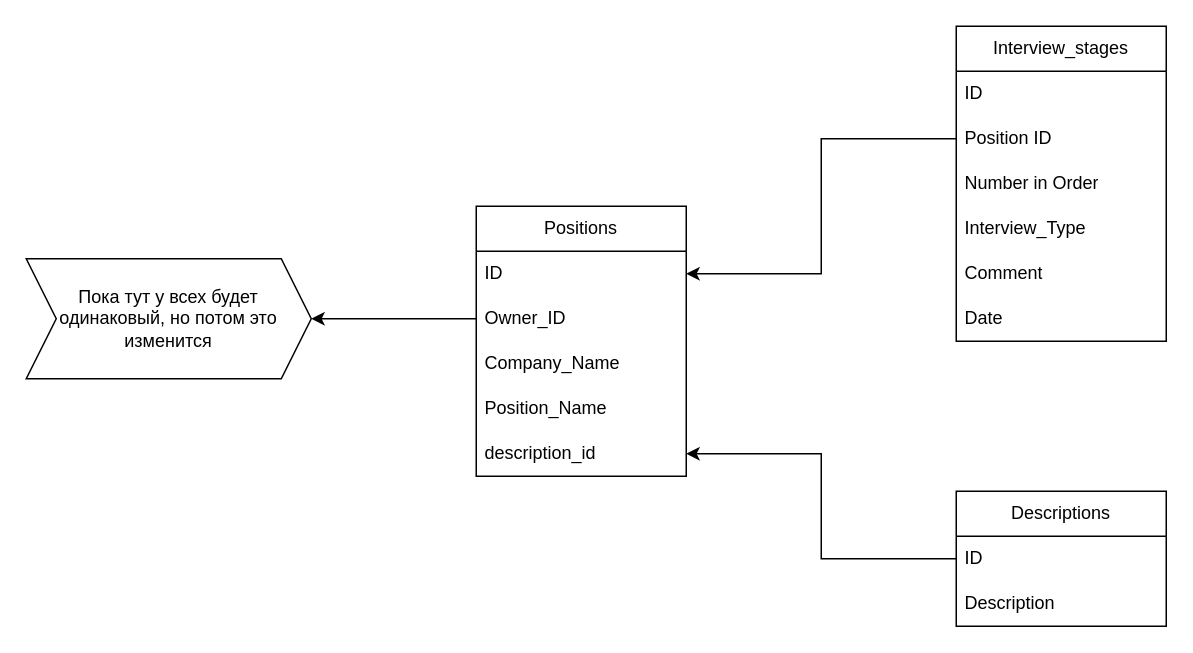
Above: db_interview_helper.drawio in DimaVarek/exercises (draw.io), before the change. Source tidied: cells renumbered, new cells numbered last; positions are measured from the earlier drawing's top-left corner, leaving out a move shared by most shapes. Both pictures are drawn from the tidied source at 150%, with x=0, y=0 at pixel (26, 26).
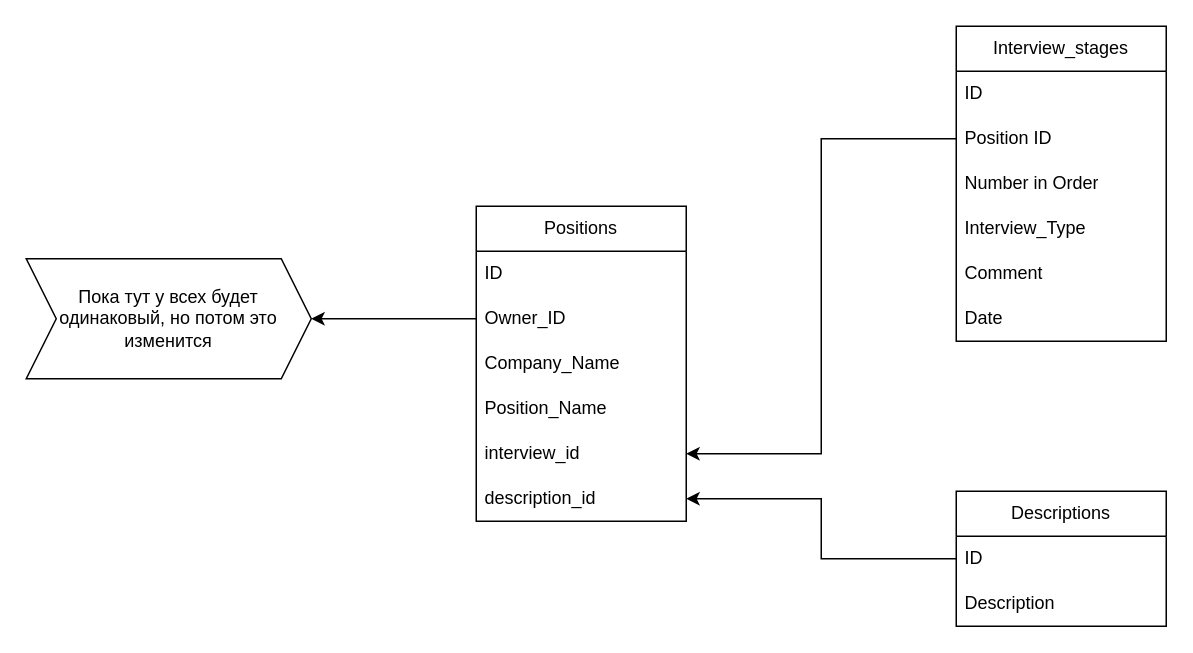
After the change.

The change refers to these unchanged cells:
```xml
<mxCell id="3" value="ID" style="text;strokeColor=none;fillColor=none;align=left;verticalAlign=middle;spacingLeft=4;spacingRight=4;overflow=hidden;points=[[0,0.5],[1,0.5]];portConstraint=eastwest;whiteSpace=wrap;html=1;" parent="2" vertex="1">
  <mxGeometry y="30" width="140" height="30" as="geometry" />
</mxCell>
<mxCell id="10" value="Position ID" style="text;strokeColor=none;fillColor=none;align=left;verticalAlign=middle;spacingLeft=4;spacingRight=4;overflow=hidden;points=[[0,0.5],[1,0.5]];portConstraint=eastwest;whiteSpace=wrap;html=1;" parent="8" vertex="1">
  <mxGeometry y="60" width="140" height="30" as="geometry" />
</mxCell>
```

Change to the diagram source:
```diff
@@
     <mxCell id="2" value="Positions" style="swimlane;fontStyle=0;horizontal=1;startSize=30;whiteSpace=wrap;html=1;" parent="1" vertex="1">
-      <mxGeometry x="300" y="120" width="140" height="180" as="geometry" />
+      <mxGeometry x="300" y="120" width="140" height="210" as="geometry" />
     </mxCell>
@@
+    <mxCell id="22" value="interview_id" style="text;strokeColor=none;fillColor=none;align=left;verticalAlign=middle;spacingLeft=4;spacingRight=4;overflow=hidden;points=[[0,0.5],[1,0.5]];portConstraint=eastwest;whiteSpace=wrap;html=1;" parent="2" vertex="1">
+      <mxGeometry y="150" width="140" height="30" as="geometry" />
+    </mxCell>
     <mxCell id="7" value="description_id" style="text;strokeColor=none;fillColor=none;align=left;verticalAlign=middle;spacingLeft=4;spacingRight=4;overflow=hidden;points=[[0,0.5],[1,0.5]];portConstraint=eastwest;whiteSpace=wrap;html=1;" parent="2" vertex="1">
-      <mxGeometry y="150" width="140" height="30" as="geometry" />
+      <mxGeometry y="180" width="140" height="30" as="geometry" />
     </mxCell>
@@
-    <mxCell id="15" style="edgeStyle=orthogonalEdgeStyle;rounded=0;jettySize=auto;html=1;exitX=0;exitY=0.5;exitDx=0;exitDy=0;entryX=1;entryY=0.5;entryDx=0;entryDy=0;" parent="1" edge="1" source="10" target="3">
+    <mxCell id="15" style="edgeStyle=orthogonalEdgeStyle;rounded=0;jettySize=auto;html=1;exitX=0;exitY=0.5;exitDx=0;exitDy=0;entryX=1;entryY=0.5;entryDx=0;entryDy=0;" parent="1" edge="1" source="10" target="22">
       <mxGeometry relative="1" as="geometry" />
     </mxCell>
```
